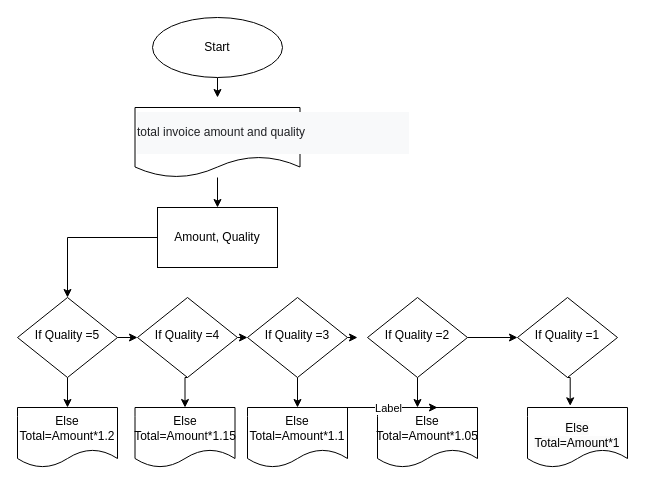
Earlier version of the draw.io diagram Diagrama sin título.drawio (Melly2929/Probando). Source tidied: cells renumbered, new cells numbered last; positions are measured from the earlier drawing's top-left corner, leaving out a move shared by most shapes. Both pictures are drawn from the tidied source at 100%, with x=0, y=0 at pixel (17, 17).
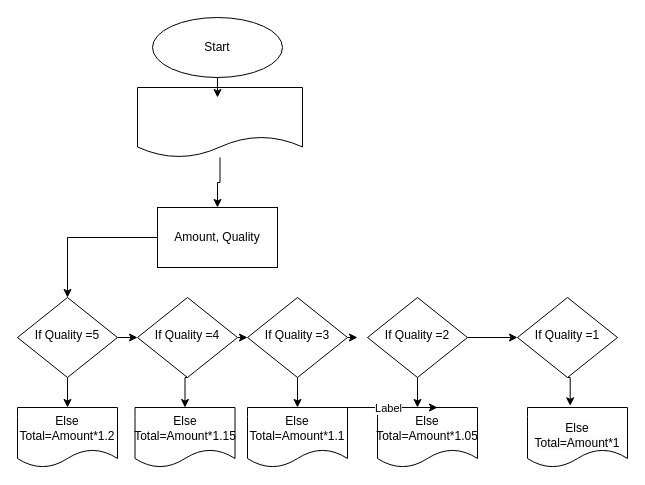
After the change.

What changed in the source:
```diff
@@
-    <mxCell id="10" value="&lt;pre style=&quot;unicode-bidi: isolate; line-height: 36px; background-color: rgb(248, 249, 250); border: none; padding: 2px 0.14em 2px 0px; position: relative; margin-top: -2px; margin-bottom: -2px; resize: none; overflow: hidden; width: 270px; overflow-wrap: break-word;&quot; dir=&quot;ltr&quot; id=&quot;tw-target-text&quot; class=&quot;tw-data-text tw-text-large tw-ta&quot;&gt;&lt;h6 style=&quot;unicode-bidi: isolate; line-height: 36px; border: none; padding: 2px 0.14em 2px 0px; position: relative; margin-top: -2px; margin-bottom: -2px; resize: none; overflow: hidden; width: 270px; overflow-wrap: break-word;&quot;&gt;&lt;font face=&quot;Helvetica&quot; style=&quot;font-size: 12px;&quot; color=&quot;#202124&quot;&gt;&lt;font style=&quot;font-size: 12px; font-weight: normal;&quot;&gt;total invoice amount and quality&lt;/font&gt;&lt;/font&gt;&lt;br&gt;&lt;/h6&gt;&lt;/pre&gt;" style="shape=document;whiteSpace=wrap;html=1;boundedLbl=1;align=left;fillColor=none;strokeColor=default;" parent="1" vertex="1">
-      <mxGeometry x="117.5" y="90" width="165" height="70" as="geometry" />
+    <mxCell id="10" style="shape=document;whiteSpace=wrap;boundedLbl=1;align=left;fillColor=none;strokeColor=default;verticalAlign=middle;labelBackgroundColor=default;" parent="1" vertex="1">
+      <mxGeometry x="120" y="70" width="165" height="70" as="geometry" />
     </mxCell>
```
